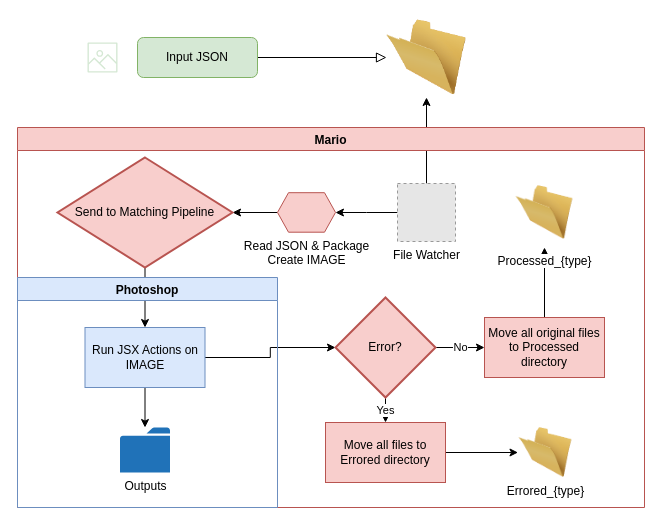
Before: How-Mario-Works.drawio in puglisij/mario, a draw.io diagram. Source tidied: cells renumbered, new cells numbered last; positions are measured from the earlier drawing's top-left corner, leaving out a move shared by most shapes. Both pictures are drawn from the tidied source at 100%, with x=0, y=0 at pixel (17, 17). Pictures stored in the file or linked from it are replaced by grey dashed boxes.
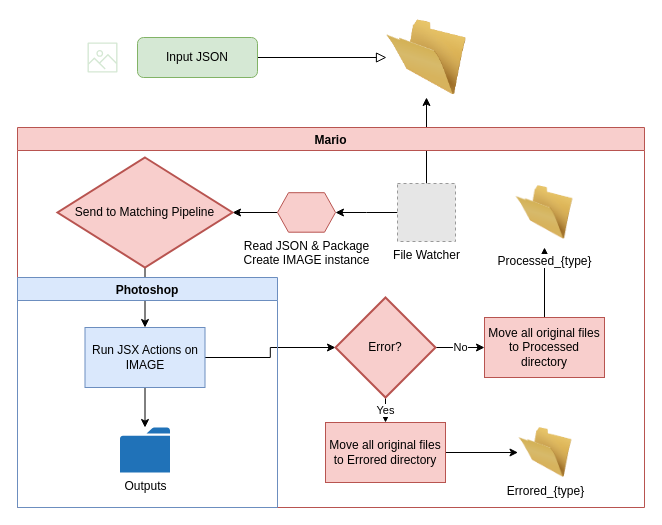
The same page after the edit.

The change refers to these unchanged cells:
```xml
<mxCell id="7" value="Mario" style="swimlane;fillColor=#f8cecc;strokeColor=#b85450;gradientColor=none;swimlaneFillColor=none;" parent="1" vertex="1">
  <mxGeometry y="110" width="627" height="380" as="geometry" />
</mxCell>
```

The edit, as a diff of the source:
```diff
@@
-    <mxCell id="11" value="Read JSON &amp;amp; Package&lt;br&gt;Create IMAGE" style="verticalLabelPosition=bottom;verticalAlign=top;html=1;shape=hexagon;perimeter=hexagonPerimeter2;arcSize=6;size=0.1896551724137931;fillColor=#f8cecc;strokeColor=#b85450;" parent="7" vertex="1">
+    <mxCell id="11" value="Read JSON &amp;amp; Package&lt;br&gt;Create IMAGE instance" style="verticalLabelPosition=bottom;verticalAlign=top;html=1;shape=hexagon;perimeter=hexagonPerimeter2;arcSize=6;size=0.1896551724137931;fillColor=#f8cecc;strokeColor=#b85450;" parent="7" vertex="1">
       <mxGeometry x="260" y="65.2" width="58" height="39.5" as="geometry" />
     </mxCell>
@@
-    <mxCell id="20" value="Move all files to Errored directory" style="rounded=0;whiteSpace=wrap;html=1;fillColor=#f8cecc;strokeColor=#b85450;" parent="7" vertex="1">
+    <mxCell id="20" value="Move all original files to Errored directory" style="rounded=0;whiteSpace=wrap;html=1;fillColor=#f8cecc;strokeColor=#b85450;" parent="7" vertex="1">
       <mxGeometry x="308" y="295" width="120" height="60" as="geometry" />
     </mxCell>
```
